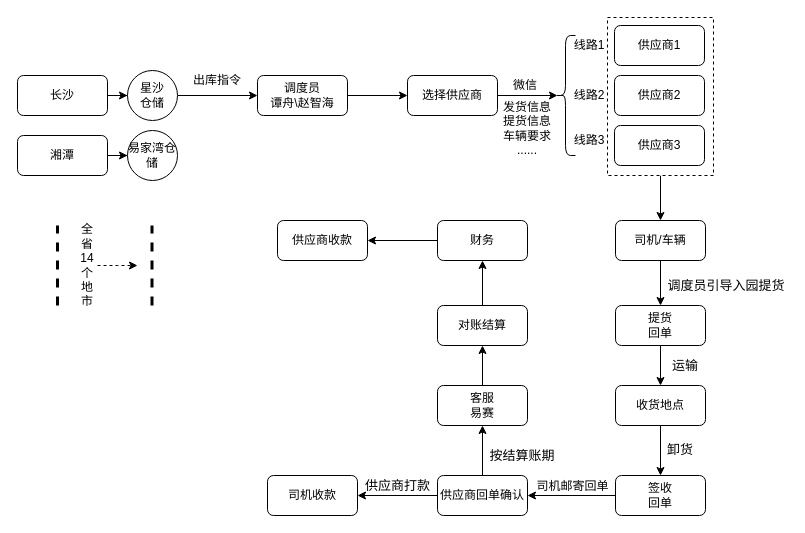
This is 体系内业务流程.drawio from chenyibang/rdpwrap, a draw.io file, before an edit. Source tidied: cells renumbered, new cells numbered last; positions are measured from the earlier drawing's top-left corner, leaving out a move shared by most shapes. Both pictures are drawn from the tidied source at 100%, with x=0, y=0 at pixel (17, 17).
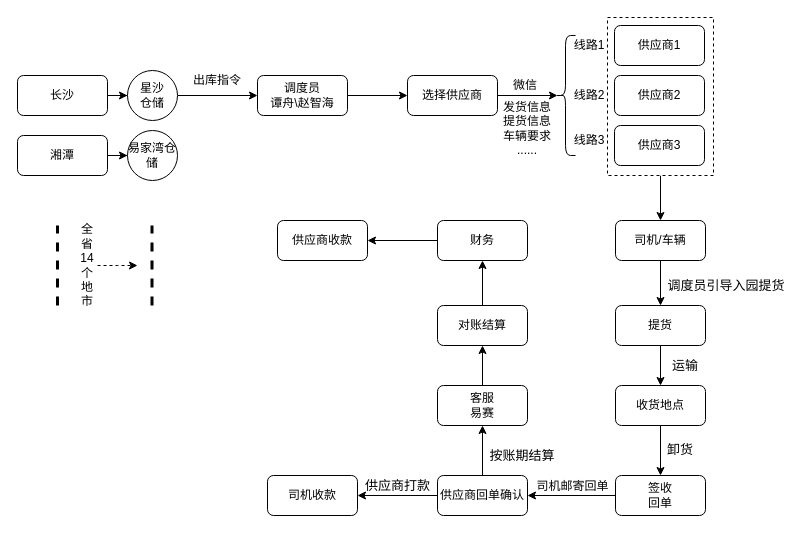
The same diagram, later.

Commit message (it also covers changes not shown here):
更新体系内业务流程.drawio

Diff of the diagram source:
```diff
@@
-    <mxCell id="24" value="提货&lt;br&gt;回单" style="rounded=1;whiteSpace=wrap;html=1;" parent="1" vertex="1">
+    <mxCell id="24" value="提货" style="rounded=1;whiteSpace=wrap;html=1;" parent="1" vertex="1">
       <mxGeometry x="598" y="288" width="90" height="40" as="geometry" />
     </mxCell>
@@
-    <mxCell id="53" value="按结算账期" style="text;html=1;strokeColor=none;fillColor=none;align=center;verticalAlign=middle;whiteSpace=wrap;rounded=0;dashed=1;fontSize=13;" parent="1" vertex="1">
+    <mxCell id="53" value="按账期结算" style="text;html=1;strokeColor=none;fillColor=none;align=center;verticalAlign=middle;whiteSpace=wrap;rounded=0;dashed=1;fontSize=13;" parent="1" vertex="1">
       <mxGeometry x="470" y="428" width="70" height="20" as="geometry" />
     </mxCell>
```
